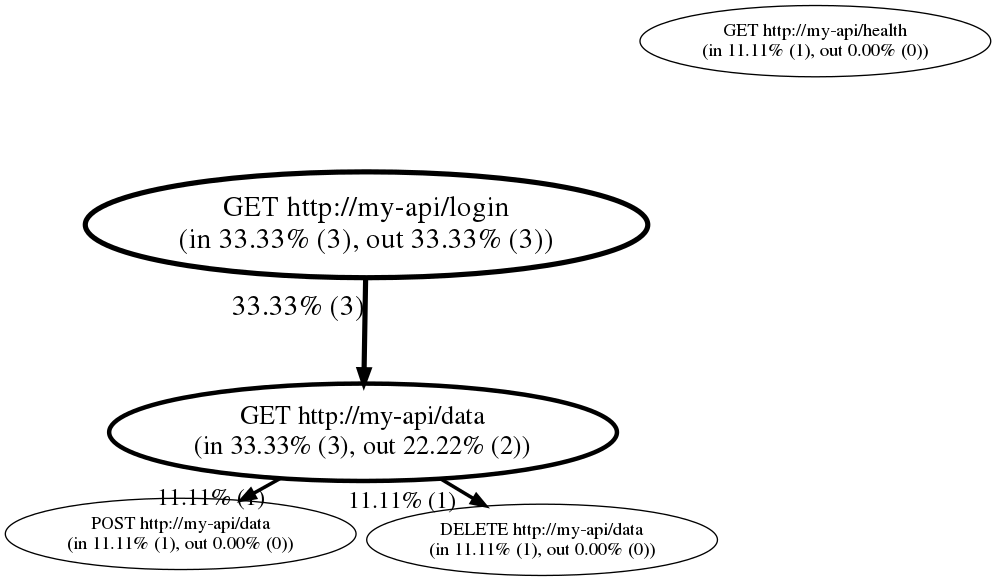
Earlier version of the Graphviz export examples/simple.png (tkriik/apathy). Its source is kept beside it as examples/simple.dot.
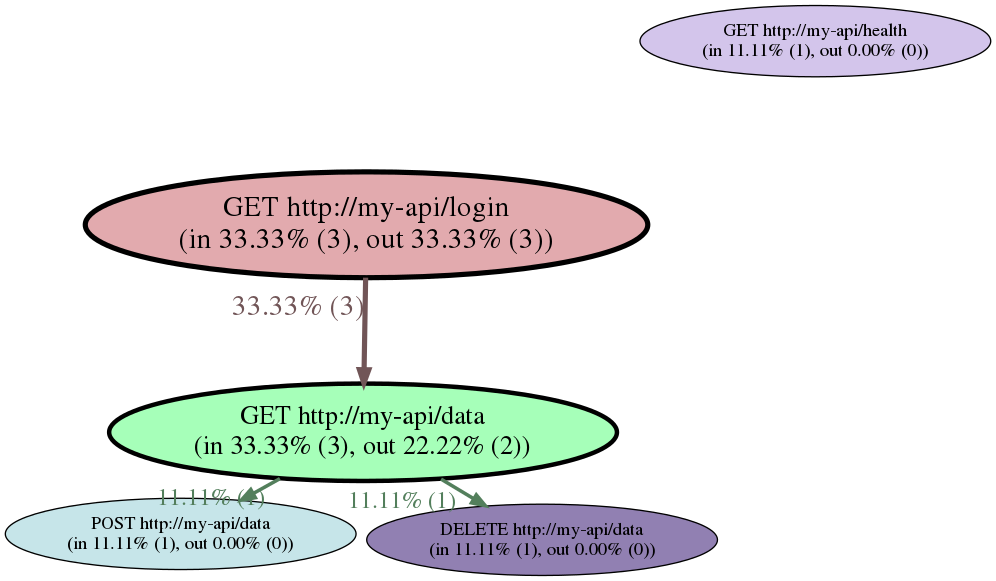
After the commit.

The edit, as a diff of the source:
```diff
@@ -2,13 +2,13 @@
     nodesep=1.0;
     ordering=out;
 
-    r0 [label="GET http://my-api/login\n(in 33.33% (3), out 33.33% (3))", fontsize=22, penwidth=3.886751];
-    r1 [label="GET http://my-api/data\n(in 33.33% (3), out 22.22% (2))", fontsize=20, penwidth=3.357023];
-    r2 [label="POST http://my-api/data\n(in 11.11% (1), out 0.00% (0))", fontsize=14, penwidth=1.000000];
-    r3 [label="DELETE http://my-api/data\n(in 11.11% (1), out 0.00% (0))", fontsize=14, penwidth=1.000000];
-    r4 [label="GET http://my-api/health\n(in 11.11% (1), out 0.00% (0))", fontsize=14, penwidth=1.000000];
+    r0 [label="GET http://my-api/login\n(in 33.33% (3), out 33.33% (3))", fontsize=22, style=filled, fillcolor="#e2aaae", penwidth=3.886751];
+    r1 [label="GET http://my-api/data\n(in 33.33% (3), out 22.22% (2))", fontsize=20, style=filled, fillcolor="#a6ffb9", penwidth=3.357023];
+    r2 [label="POST http://my-api/data\n(in 11.11% (1), out 0.00% (0))", fontsize=14, style=filled, fillcolor="#c6e5e9", penwidth=1.000000];
+    r3 [label="DELETE http://my-api/data\n(in 11.11% (1), out 0.00% (0))", fontsize=14, style=filled, fillcolor="#9180b2", penwidth=1.000000];
+    r4 [label="GET http://my-api/health\n(in 11.11% (1), out 0.00% (0))", fontsize=14, style=filled, fillcolor="#d3c5eb", penwidth=1.000000];
 
-    r0 -> r1 [xlabel="33.33% (3)", fontsize=22, penwidth=3.886751];
-    r1 -> r3 [xlabel="11.11% (1)", fontsize=18, penwidth=2.666667];
-    r1 -> r2 [xlabel="11.11% (1)", fontsize=18, penwidth=2.666667];
+    r0 -> r1 [xlabel="33.33% (3)", fontsize=22, color="#715557", fontcolor="#715557", penwidth=3.886751];
+    r1 -> r3 [xlabel="11.11% (1)", fontsize=18, color="#537f5c", fontcolor="#537f5c", penwidth=2.666667];
+    r1 -> r2 [xlabel="11.11% (1)", fontsize=18, color="#537f5c", fontcolor="#537f5c", penwidth=2.666667];
 }
```
